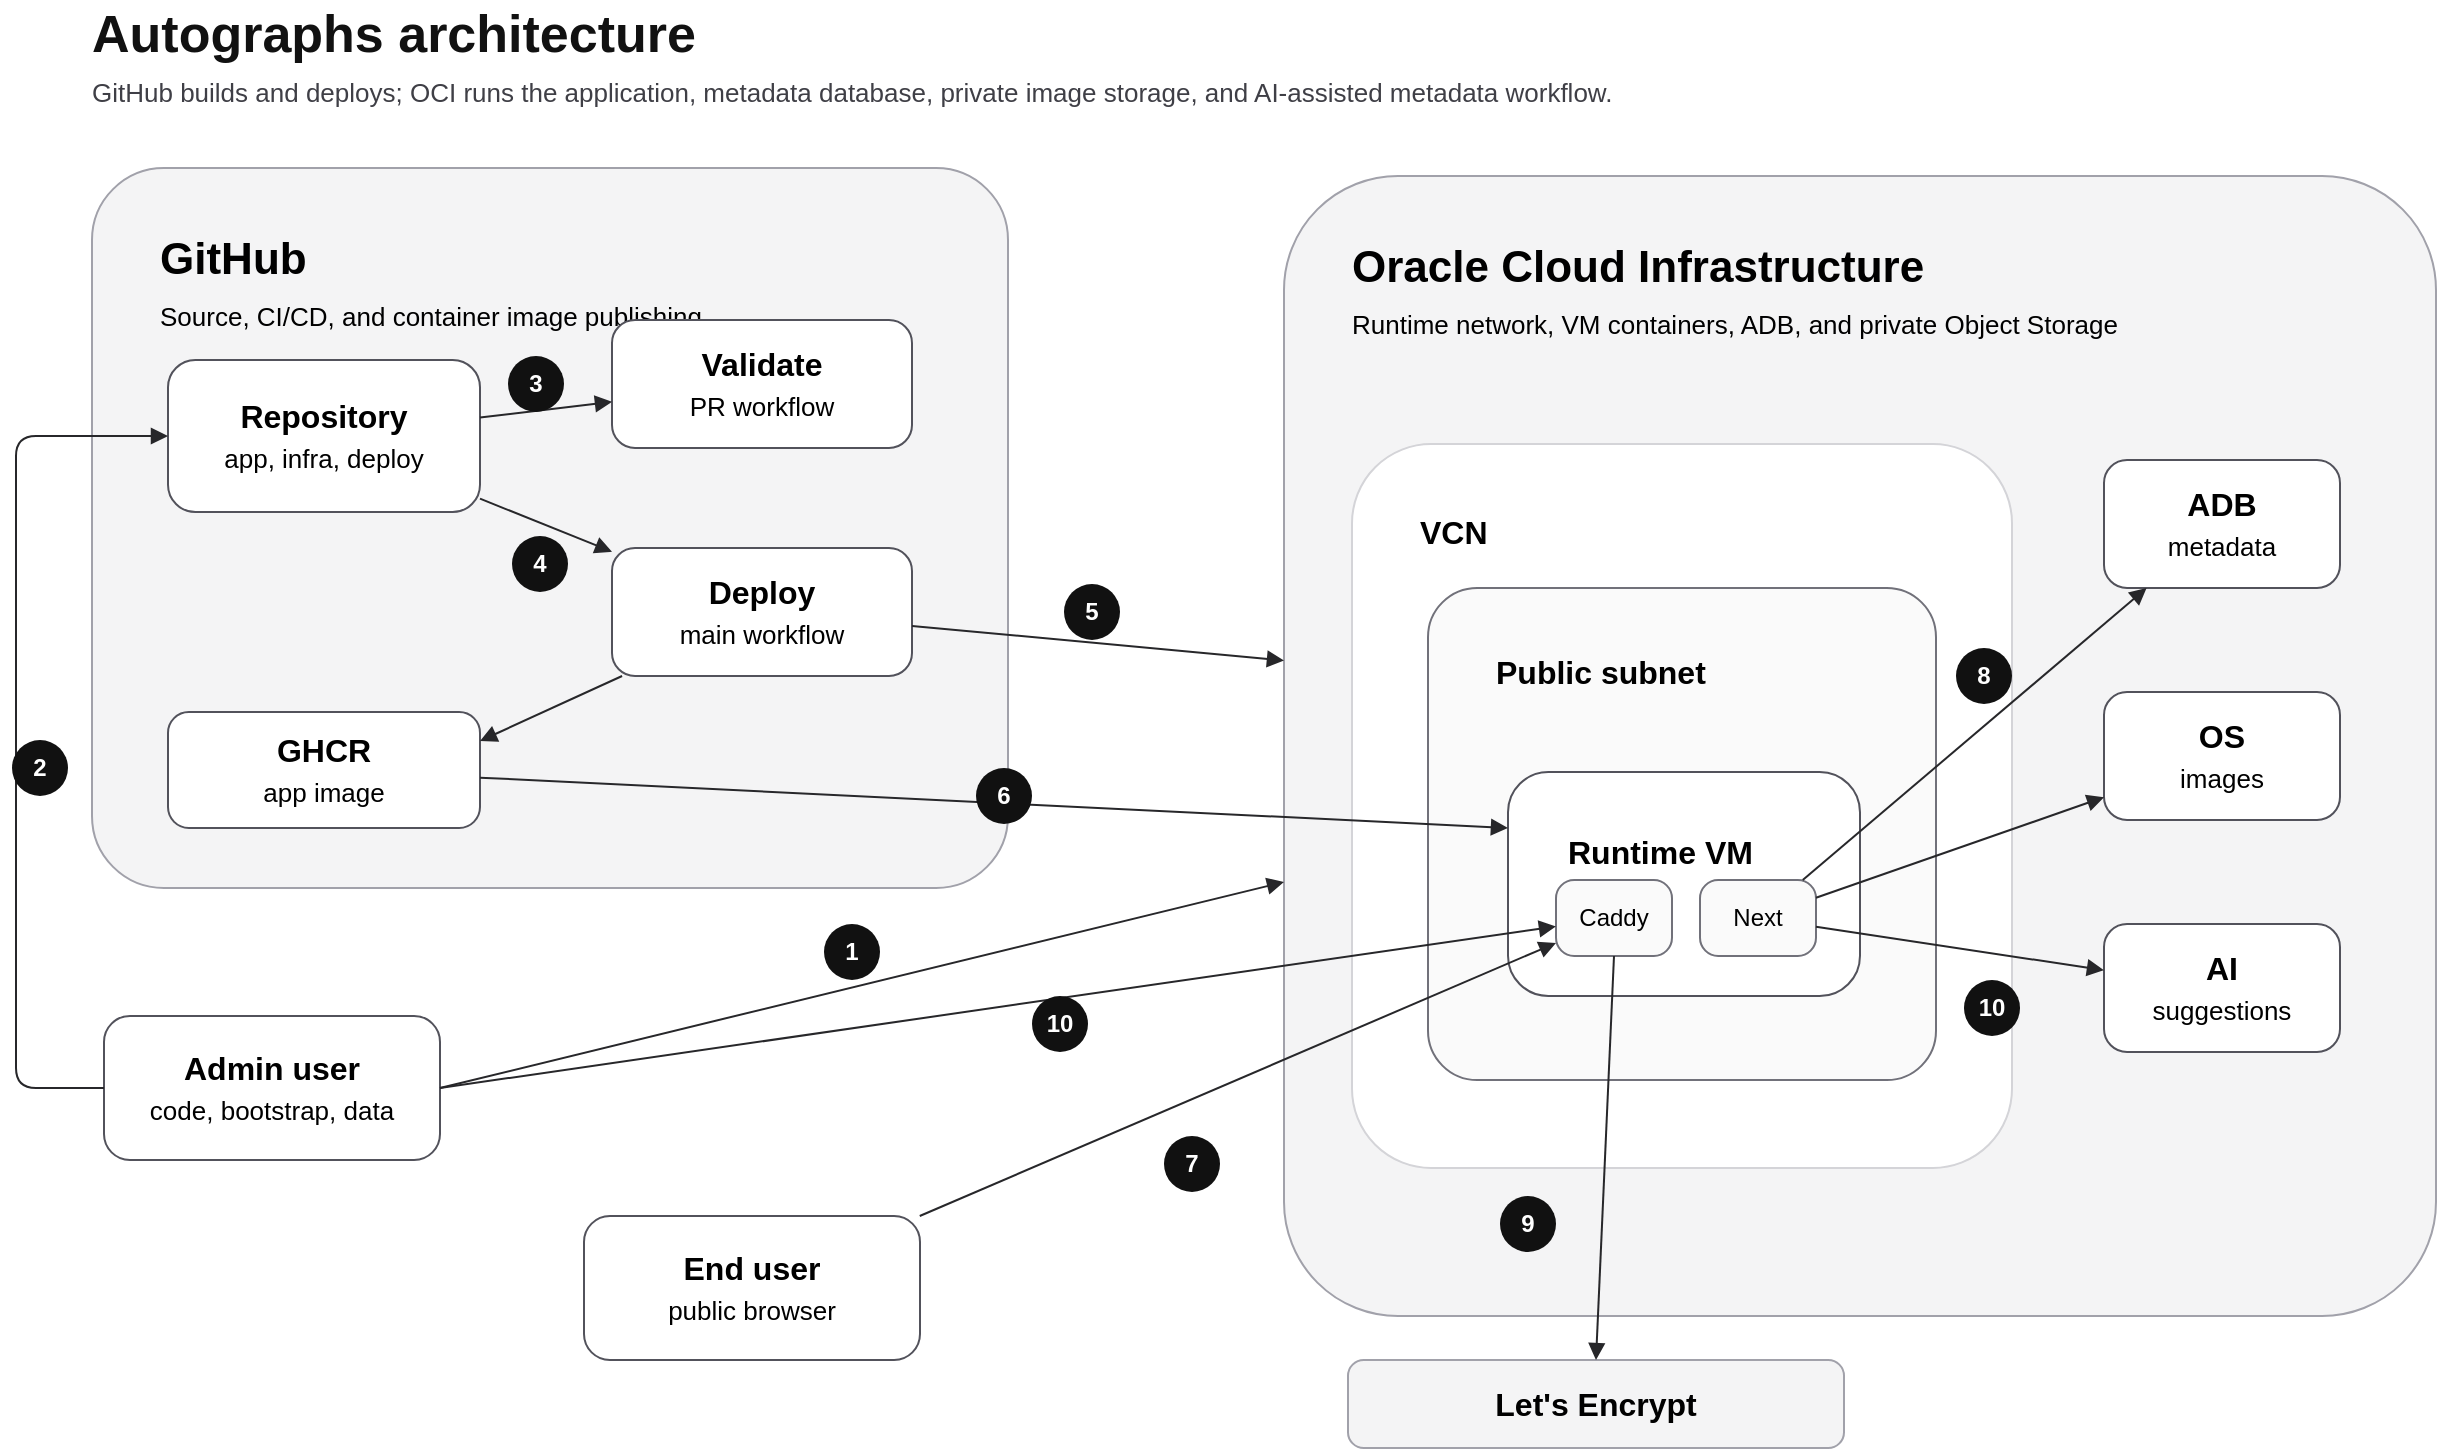
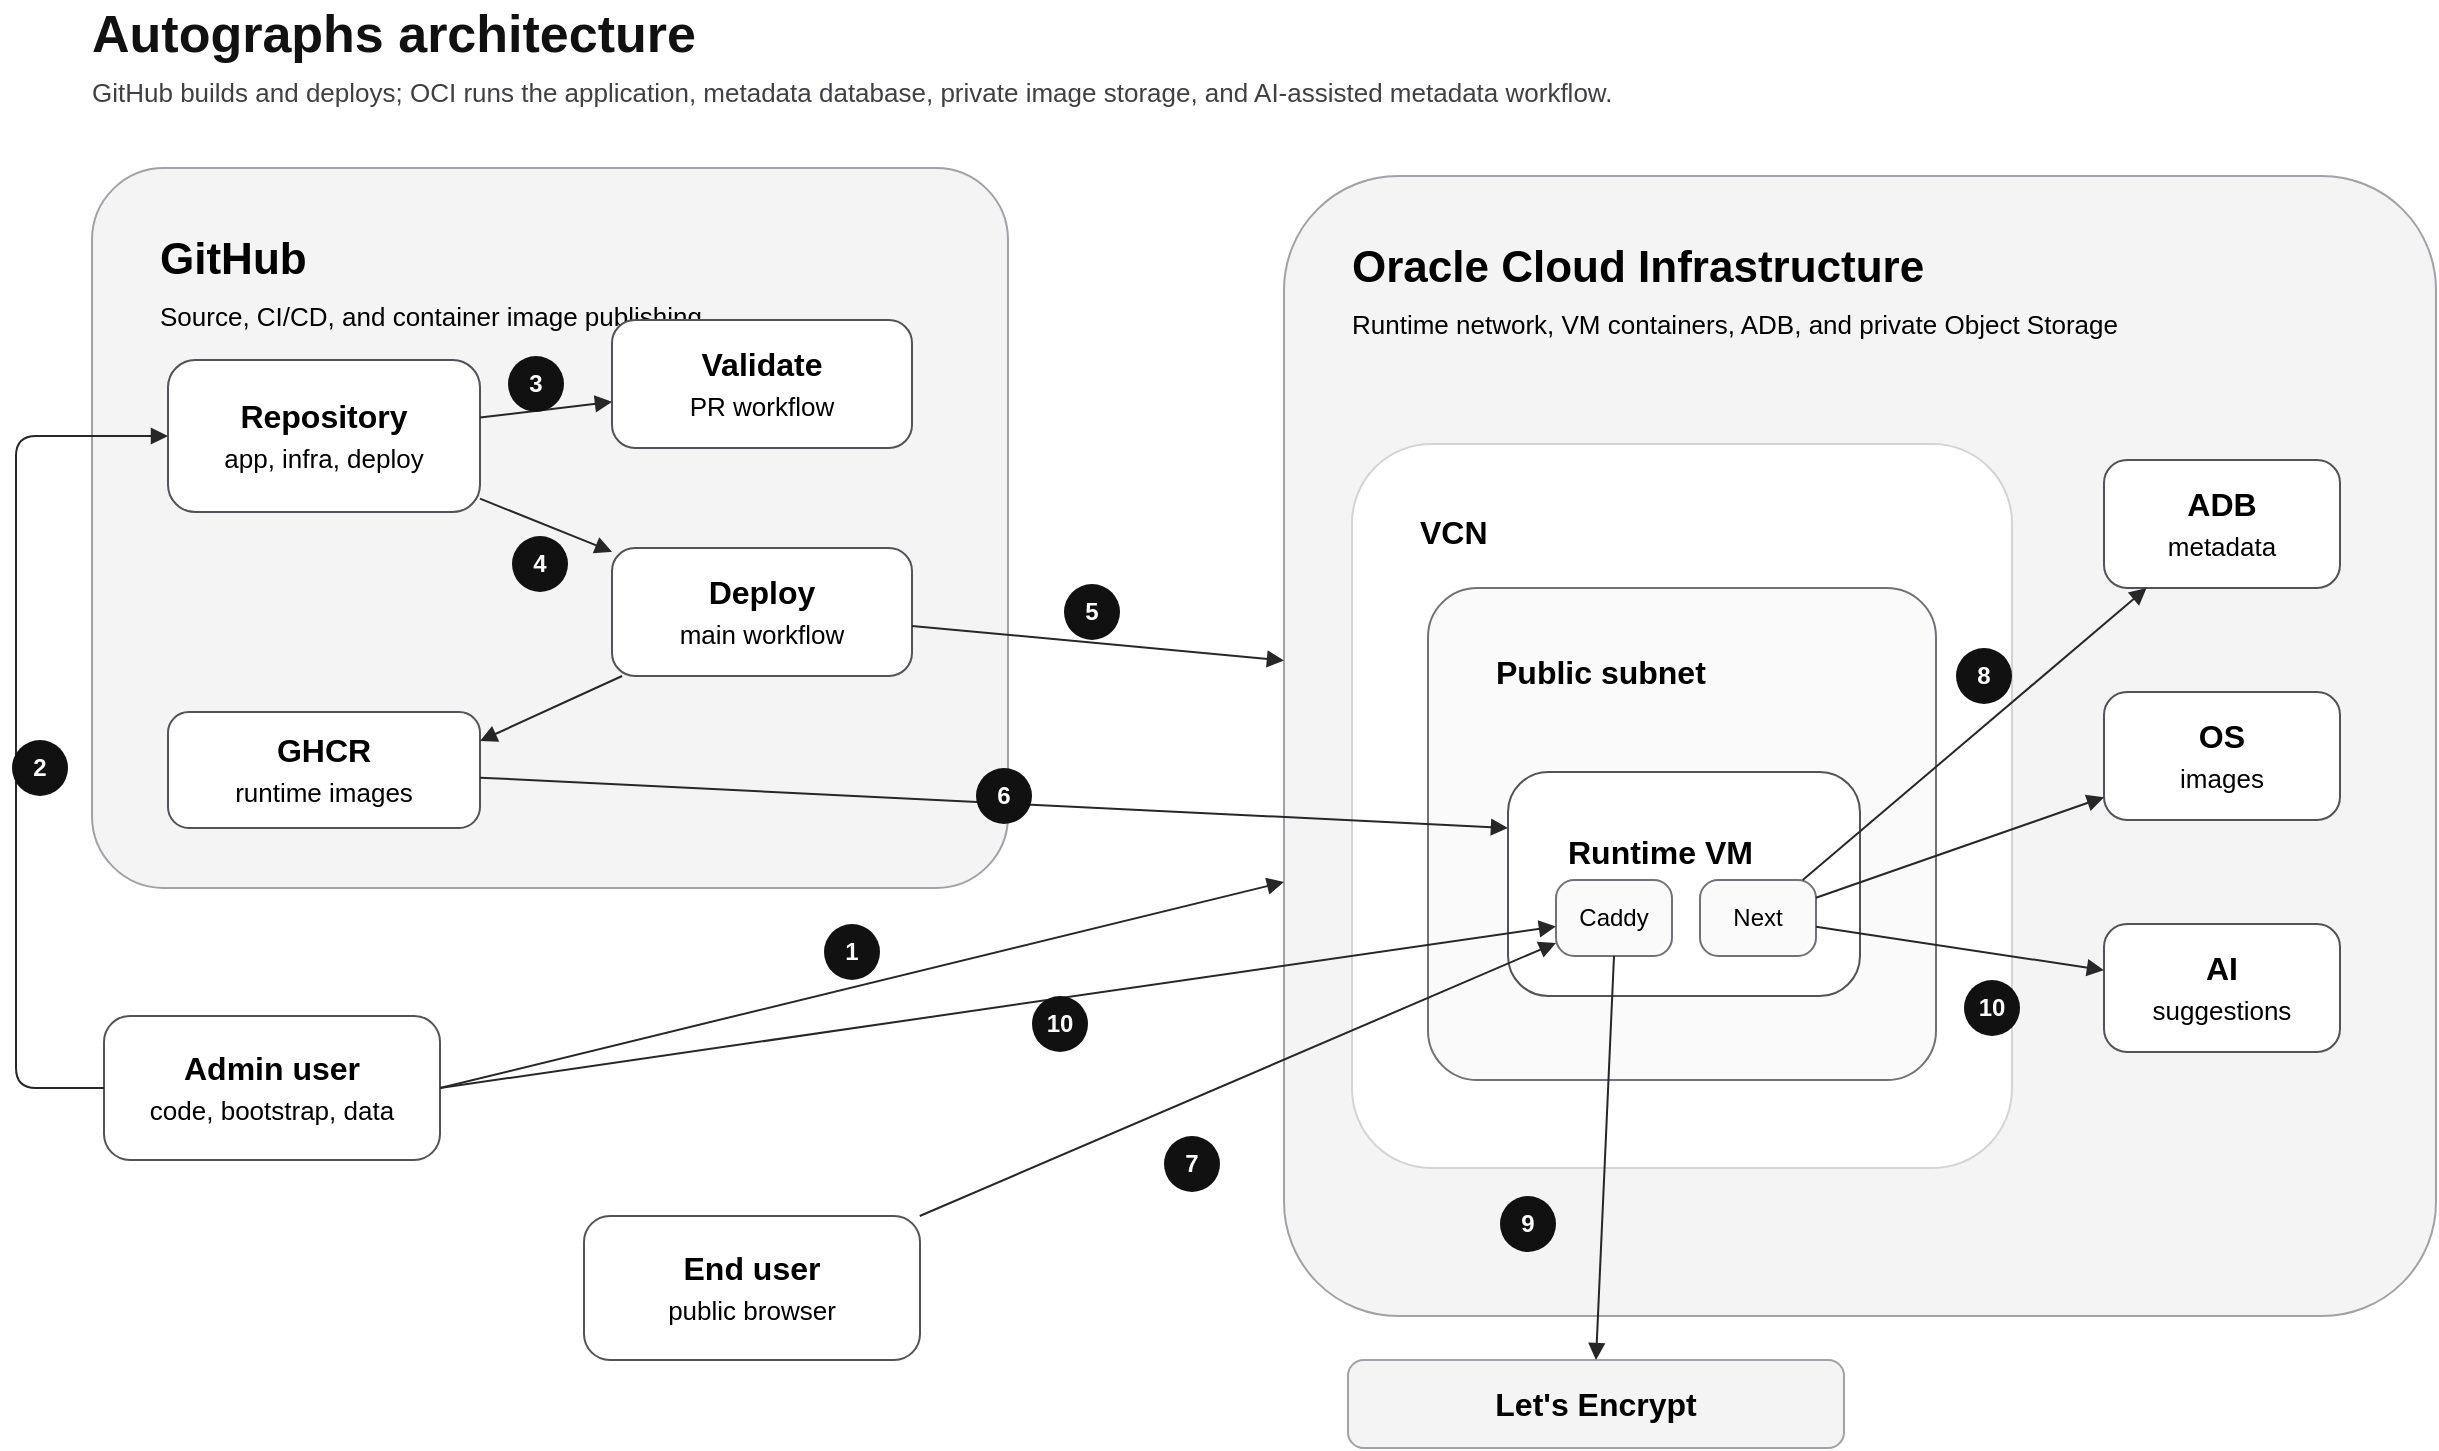
<mxfile host="app.diagrams.net" agent="Codex">
  <diagram id="autographs-simplified-architecture" name="Autographs Architecture">
    <mxGraphModel dx="1368" dy="734" grid="1" gridSize="10" guides="1" tooltips="1" connect="1" arrows="1" fold="1" page="1" pageScale="1" pageWidth="1280" pageHeight="760" math="0" shadow="0">
      <root>
        <mxCell id="0" />
        <mxCell id="1" parent="0" />
        <mxCell id="title" parent="1" style="text;html=1;strokeColor=none;fillColor=none;fontSize=26;fontStyle=1;fontColor=#111111;align=left;verticalAlign=middle;" value="Autographs architecture" vertex="1">
          <mxGeometry height="34" width="360" x="52" y="28" as="geometry" />
        </mxCell>
        <mxCell id="subtitle" parent="1" style="text;html=1;strokeColor=none;fillColor=none;fontSize=13;fontColor=#3f3f46;align=left;verticalAlign=middle;" value="GitHub builds and deploys; OCI runs the application, metadata database, private image storage, and AI-assisted metadata workflow." vertex="1">
          <mxGeometry height="24" width="790" x="52" y="62" as="geometry" />
        </mxCell>
        <mxCell id="github-zone" parent="1" style="rounded=1;whiteSpace=wrap;html=1;fillColor=#f4f4f5;strokeColor=#a1a1aa;fontStyle=1;fontSize=22;align=left;verticalAlign=top;spacingLeft=32;spacingTop=26;arcSize=10;" value="GitHub&lt;br&gt;&lt;font style=&quot;font-size: 13px; font-weight: 400;&quot;&gt;Source, CI/CD, and container image publishing&lt;/font&gt;" vertex="1">
          <mxGeometry height="360" width="458" x="54" y="112" as="geometry" />
        </mxCell>
        <mxCell id="repo" parent="1" style="rounded=1;whiteSpace=wrap;html=1;fillColor=#ffffff;strokeColor=#52525b;arcSize=18;fontSize=16;" value="&lt;b&gt;Repository&lt;/b&gt;&lt;br&gt;&lt;font style=&quot;font-size: 13px;&quot;&gt;app, infra, deploy&lt;/font&gt;" vertex="1">
          <mxGeometry height="76" width="156" x="92" y="208" as="geometry" />
        </mxCell>
        <mxCell id="validate" parent="1" style="rounded=1;whiteSpace=wrap;html=1;fillColor=#ffffff;strokeColor=#52525b;arcSize=18;fontSize=16;" value="&lt;b&gt;Validate&lt;/b&gt;&lt;br&gt;&lt;font style=&quot;font-size: 13px;&quot;&gt;PR workflow&lt;/font&gt;" vertex="1">
          <mxGeometry height="64" width="150" x="314" y="188" as="geometry" />
        </mxCell>
        <mxCell id="deploy" parent="1" style="rounded=1;whiteSpace=wrap;html=1;fillColor=#ffffff;strokeColor=#52525b;arcSize=18;fontSize=16;" value="&lt;b&gt;Deploy&lt;/b&gt;&lt;br&gt;&lt;font style=&quot;font-size: 13px;&quot;&gt;main workflow&lt;/font&gt;" vertex="1">
          <mxGeometry height="64" width="150" x="314" y="302" as="geometry" />
        </mxCell>
-         <mxCell id="ghcr" parent="1" style="rounded=1;whiteSpace=wrap;html=1;fillColor=#ffffff;strokeColor=#52525b;arcSize=18;fontSize=16;" value="&lt;b&gt;GHCR&lt;/b&gt;&lt;br&gt;&lt;font style=&quot;font-size: 13px;&quot;&gt;app image&lt;/font&gt;" vertex="1">
+         <mxCell id="ghcr" parent="1" style="rounded=1;whiteSpace=wrap;html=1;fillColor=#ffffff;strokeColor=#52525b;arcSize=18;fontSize=16;" value="&lt;b&gt;GHCR&lt;/b&gt;&lt;br&gt;&lt;font style=&quot;font-size: 13px;&quot;&gt;runtime images&lt;/font&gt;" vertex="1">
          <mxGeometry height="58" width="156" x="92" y="384" as="geometry" />
        </mxCell>
        <mxCell id="admin" parent="1" style="rounded=1;whiteSpace=wrap;html=1;fillColor=#ffffff;strokeColor=#52525b;arcSize=18;fontSize=16;" value="&lt;b&gt;Admin user&lt;/b&gt;&lt;br&gt;&lt;font style=&quot;font-size: 13px;&quot;&gt;code, bootstrap, data&lt;/font&gt;" vertex="1">
          <mxGeometry height="72" width="168" x="60" y="536" as="geometry" />
        </mxCell>
        <mxCell id="end-user" parent="1" style="rounded=1;whiteSpace=wrap;html=1;fillColor=#ffffff;strokeColor=#52525b;arcSize=18;fontSize=16;" value="&lt;b&gt;End user&lt;/b&gt;&lt;br&gt;&lt;font style=&quot;font-size: 13px;&quot;&gt;public browser&lt;/font&gt;" vertex="1">
          <mxGeometry height="72" width="168" x="300" y="636" as="geometry" />
        </mxCell>
        <mxCell id="oci-zone" parent="1" style="rounded=1;whiteSpace=wrap;html=1;fillColor=#f4f4f5;strokeColor=#a1a1aa;fontStyle=1;fontSize=22;align=left;verticalAlign=top;spacingLeft=32;spacingTop=26;arcSize=10;" value="Oracle Cloud Infrastructure&lt;br&gt;&lt;font style=&quot;font-size: 13px; font-weight: 400;&quot;&gt;Runtime network, VM containers, ADB, and private Object Storage&lt;/font&gt;" vertex="1">
          <mxGeometry height="570" width="576" x="650" y="116" as="geometry" />
        </mxCell>
        <mxCell id="vcn" parent="1" style="rounded=1;whiteSpace=wrap;html=1;fillColor=#ffffff;strokeColor=#d4d4d8;arcSize=12;fontSize=16;align=left;verticalAlign=top;spacingLeft=32;spacingTop=28;" value="&lt;b&gt;VCN&lt;/b&gt;" vertex="1">
          <mxGeometry height="362" width="330" x="684" y="250" as="geometry" />
        </mxCell>
        <mxCell id="subnet" parent="1" style="rounded=1;whiteSpace=wrap;html=1;fillColor=#fafafa;strokeColor=#71717a;arcSize=10;fontSize=16;align=left;verticalAlign=top;spacingLeft=32;spacingTop=26;" value="&lt;b&gt;Public subnet&lt;/b&gt;" vertex="1">
          <mxGeometry height="246" width="254" x="722" y="322" as="geometry" />
        </mxCell>
        <mxCell id="vm" parent="1" style="rounded=1;whiteSpace=wrap;html=1;fillColor=#ffffff;strokeColor=#52525b;arcSize=18;fontSize=16;align=left;verticalAlign=top;spacingLeft=28;spacingTop=24;" value="&lt;b&gt;Runtime VM&lt;/b&gt;" vertex="1">
          <mxGeometry height="112" width="176" x="762" y="414" as="geometry" />
        </mxCell>
        <mxCell id="caddy" parent="1" style="rounded=1;whiteSpace=wrap;html=1;fillColor=#fafafa;strokeColor=#71717a;arcSize=24;fontSize=12;" value="Caddy" vertex="1">
          <mxGeometry height="38" width="58" x="786" y="468" as="geometry" />
        </mxCell>
        <mxCell id="next" parent="1" style="rounded=1;whiteSpace=wrap;html=1;fillColor=#fafafa;strokeColor=#71717a;arcSize=24;fontSize=12;" value="Next" vertex="1">
          <mxGeometry height="38" width="58" x="858" y="468" as="geometry" />
        </mxCell>
        <mxCell id="adb" parent="1" style="rounded=1;whiteSpace=wrap;html=1;fillColor=#ffffff;strokeColor=#52525b;arcSize=18;fontSize=16;" value="&lt;b&gt;ADB&lt;/b&gt;&lt;br&gt;&lt;font style=&quot;font-size: 13px;&quot;&gt;metadata&lt;/font&gt;" vertex="1">
          <mxGeometry height="64" width="118" x="1060" y="258" as="geometry" />
        </mxCell>
        <mxCell id="object-storage" parent="1" style="rounded=1;whiteSpace=wrap;html=1;fillColor=#ffffff;strokeColor=#52525b;arcSize=18;fontSize=16;" value="&lt;b&gt;OS&lt;/b&gt;&lt;br&gt;&lt;font style=&quot;font-size: 13px;&quot;&gt;images&lt;/font&gt;" vertex="1">
          <mxGeometry height="64" width="118" x="1060" y="374" as="geometry" />
        </mxCell>
        <mxCell id="ai-processing" parent="1" style="rounded=1;whiteSpace=wrap;html=1;fillColor=#ffffff;strokeColor=#52525b;arcSize=18;fontSize=16;" value="&lt;b&gt;AI&lt;/b&gt;&lt;br&gt;&lt;font style=&quot;font-size: 13px;&quot;&gt;suggestions&lt;/font&gt;" vertex="1">
          <mxGeometry height="64" width="118" x="1060" y="490" as="geometry" />
        </mxCell>
        <mxCell id="lets-encrypt" parent="1" style="rounded=1;whiteSpace=wrap;html=1;fillColor=#f4f4f5;strokeColor=#a1a1aa;arcSize=18;fontSize=16;" value="&lt;b&gt;Let&#39;s Encrypt&lt;/b&gt;" vertex="1">
          <mxGeometry height="44" width="248" x="682" y="708" as="geometry" />
        </mxCell>
        <mxCell id="e-admin-repo" edge="1" parent="1" source="admin" style="endArrow=block;html=1;rounded=1;strokeColor=#27272a;strokeWidth=1;exitX=0;exitY=0.5;entryX=0;entryY=0.5;" target="repo">
          <mxGeometry relative="1" as="geometry">
            <Array as="points">
              <mxPoint x="16" y="572" />
              <mxPoint x="16" y="246" />
            </Array>
          </mxGeometry>
        </mxCell>
        <mxCell id="e-repo-validate" edge="1" parent="1" source="repo" style="endArrow=block;html=1;rounded=1;strokeColor=#27272a;strokeWidth=1;" target="validate">
          <mxGeometry relative="1" as="geometry" />
        </mxCell>
        <mxCell id="e-repo-deploy" edge="1" parent="1" source="repo" style="endArrow=block;html=1;rounded=1;strokeColor=#27272a;strokeWidth=1;" target="deploy">
          <mxGeometry relative="1" as="geometry" />
        </mxCell>
        <mxCell id="e-deploy-ghcr" edge="1" parent="1" source="deploy" style="endArrow=block;html=1;rounded=1;strokeColor=#27272a;strokeWidth=1;entryX=1;entryY=0.25;entryDx=0;entryDy=0;" target="ghcr">
          <mxGeometry relative="1" as="geometry" />
        </mxCell>
        <mxCell id="e-deploy-oci" edge="1" parent="1" source="deploy" style="endArrow=block;html=1;rounded=1;strokeColor=#27272a;strokeWidth=1;entryX=0;entryY=0.425;entryDx=0;entryDy=0;" target="oci-zone">
          <mxGeometry relative="1" as="geometry" />
        </mxCell>
        <mxCell id="e-ghcr-vm" edge="1" parent="1" source="ghcr" style="endArrow=block;html=1;rounded=1;strokeColor=#27272a;strokeWidth=1;entryX=0;entryY=0.25;" target="vm">
          <mxGeometry relative="1" as="geometry" />
        </mxCell>
        <mxCell id="e-admin-oci" edge="1" parent="1" source="admin" style="endArrow=block;html=1;rounded=1;strokeColor=#27272a;strokeWidth=1;exitX=1;exitY=0.5;exitDx=0;exitDy=0;exitPerimeter=0;">
          <mxGeometry relative="1" as="geometry">
            <mxPoint x="228" y="572" as="sourcePoint" />
            <mxPoint x="650" y="469.0251889168767" as="targetPoint" />
          </mxGeometry>
        </mxCell>
        <mxCell id="e-user-caddy" edge="1" parent="1" source="end-user" style="endArrow=block;html=1;rounded=1;strokeColor=#27272a;strokeWidth=1;" target="caddy">
          <mxGeometry relative="1" as="geometry" />
        </mxCell>
        <mxCell id="e-admin-next" edge="1" parent="1" source="admin" style="endArrow=block;html=1;rounded=1;strokeColor=#27272a;strokeWidth=1;exitX=1;exitY=0.5;exitDx=0;exitDy=0;" target="caddy">
          <mxGeometry relative="1" as="geometry" />
        </mxCell>
        <mxCell id="e-next-adb" edge="1" parent="1" source="next" style="endArrow=block;html=1;rounded=1;strokeColor=#27272a;strokeWidth=1;" target="adb">
          <mxGeometry relative="1" as="geometry" />
        </mxCell>
        <mxCell id="e-next-os" edge="1" parent="1" source="next" style="endArrow=block;html=1;rounded=1;strokeColor=#27272a;strokeWidth=1;" target="object-storage">
          <mxGeometry relative="1" as="geometry" />
        </mxCell>
        <mxCell id="e-next-ai" edge="1" parent="1" source="next" style="endArrow=block;html=1;rounded=1;strokeColor=#27272a;strokeWidth=1;" target="ai-processing">
          <mxGeometry relative="1" as="geometry" />
        </mxCell>
        <mxCell id="e-caddy-le" edge="1" parent="1" source="caddy" style="endArrow=block;html=1;rounded=1;strokeColor=#27272a;strokeWidth=1;exitX=0.5;exitY=1;entryX=0.5;entryY=0;" target="lets-encrypt">
          <mxGeometry relative="1" as="geometry" />
        </mxCell>
        <mxCell id="n1" parent="1" style="ellipse;whiteSpace=wrap;html=1;aspect=fixed;fillColor=#111111;strokeColor=none;fontColor=#ffffff;fontSize=12;fontStyle=1;" value="1" vertex="1">
          <mxGeometry height="28" width="28" x="420" y="490" as="geometry" />
        </mxCell>
        <mxCell id="n2" parent="1" style="ellipse;whiteSpace=wrap;html=1;aspect=fixed;fillColor=#111111;strokeColor=none;fontColor=#ffffff;fontSize=12;fontStyle=1;" value="2" vertex="1">
          <mxGeometry height="28" width="28" x="14" y="398" as="geometry" />
        </mxCell>
        <mxCell id="n3" parent="1" style="ellipse;whiteSpace=wrap;html=1;aspect=fixed;fillColor=#111111;strokeColor=none;fontColor=#ffffff;fontSize=12;fontStyle=1;" value="3" vertex="1">
          <mxGeometry height="28" width="28" x="262" y="206" as="geometry" />
        </mxCell>
        <mxCell id="n4" parent="1" style="ellipse;whiteSpace=wrap;html=1;aspect=fixed;fillColor=#111111;strokeColor=none;fontColor=#ffffff;fontSize=12;fontStyle=1;" value="4" vertex="1">
          <mxGeometry height="28" width="28" x="264" y="296" as="geometry" />
        </mxCell>
        <mxCell id="n5" parent="1" style="ellipse;whiteSpace=wrap;html=1;aspect=fixed;fillColor=#111111;strokeColor=none;fontColor=#ffffff;fontSize=12;fontStyle=1;" value="5" vertex="1">
          <mxGeometry height="28" width="28" x="540" y="320" as="geometry" />
        </mxCell>
        <mxCell id="n6" parent="1" style="ellipse;whiteSpace=wrap;html=1;aspect=fixed;fillColor=#111111;strokeColor=none;fontColor=#ffffff;fontSize=12;fontStyle=1;" value="6" vertex="1">
          <mxGeometry height="28" width="28" x="496" y="412" as="geometry" />
        </mxCell>
        <mxCell id="n7" parent="1" style="ellipse;whiteSpace=wrap;html=1;aspect=fixed;fillColor=#111111;strokeColor=none;fontColor=#ffffff;fontSize=12;fontStyle=1;" value="7" vertex="1">
          <mxGeometry height="28" width="28" x="590" y="596" as="geometry" />
        </mxCell>
        <mxCell id="n8" parent="1" style="ellipse;whiteSpace=wrap;html=1;aspect=fixed;fillColor=#111111;strokeColor=none;fontColor=#ffffff;fontSize=12;fontStyle=1;" value="8" vertex="1">
          <mxGeometry height="28" width="28" x="986" y="352" as="geometry" />
        </mxCell>
        <mxCell id="n9" parent="1" style="ellipse;whiteSpace=wrap;html=1;aspect=fixed;fillColor=#111111;strokeColor=none;fontColor=#ffffff;fontSize=12;fontStyle=1;" value="9" vertex="1">
          <mxGeometry height="28" width="28" x="758" y="626" as="geometry" />
        </mxCell>
        <mxCell id="n10" parent="1" style="ellipse;whiteSpace=wrap;html=1;aspect=fixed;fillColor=#111111;strokeColor=none;fontColor=#ffffff;fontSize=12;fontStyle=1;" value="10" vertex="1">
          <mxGeometry height="28" width="28" x="524" y="526" as="geometry" />
        </mxCell>
        <mxCell id="53G5qgQ3t5_bfomiu4lQ-3" parent="1" style="ellipse;whiteSpace=wrap;html=1;aspect=fixed;fillColor=#111111;strokeColor=none;fontColor=#ffffff;fontSize=12;fontStyle=1;" value="10" vertex="1">
          <mxGeometry height="28" width="28" x="990" y="518" as="geometry" />
        </mxCell>
      </root>
    </mxGraphModel>
  </diagram>
</mxfile>
